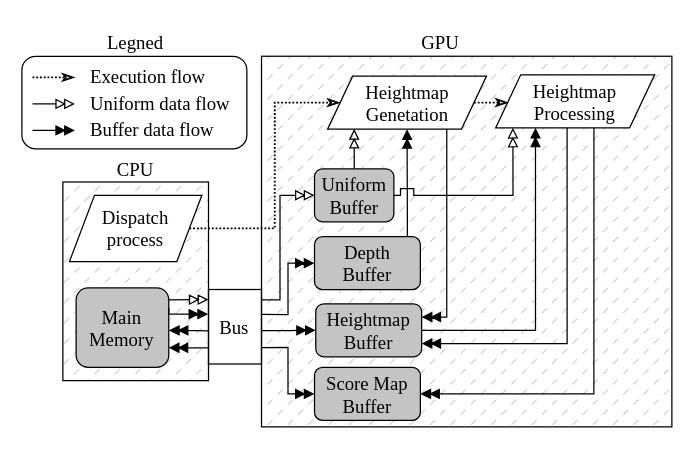
Before: page "ComputePipeline" (11 of 11) of figs/Diagrams.drawio in EpEpDragon/MThesis, a draw.io diagram. Source tidied: cells renumbered, new cells numbered last; positions are measured from the earlier drawing's top-left corner, leaving out a move shared by most shapes. Both pictures are drawn from the tidied source at 125%, with x=0, y=0 at pixel (21, 21).
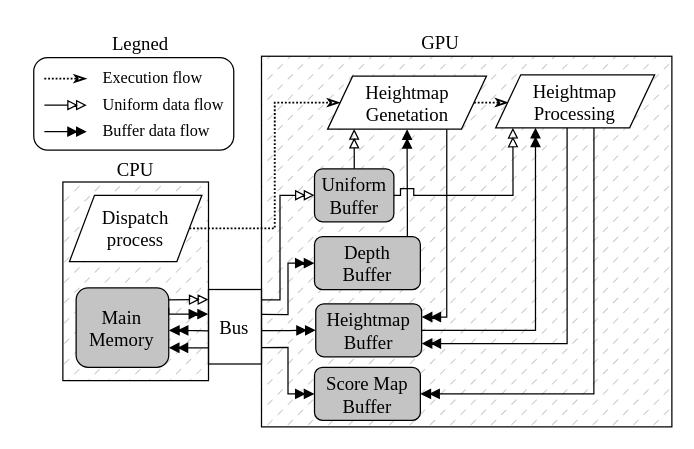
The same diagram, later.

Unchanged cells that the change refers to:
```xml
<mxCell id="2" style="group;" parent="1" vertex="1">
  <mxGeometry y="1" width="520" height="323" as="geometry" />
</mxCell>
```

The edit, as a diff of the source:
```diff
@@
     <mxCell id="32" style="rounded=1;whiteSpace=wrap;html=1;strokeColor=default;align=center;verticalAlign=middle;fontFamily=Times New Roman;fontSize=15;fontColor=default;fillColor=none;gradientColor=none;" parent="2" vertex="1">
-      <mxGeometry y="26.5" width="180" height="74.1" as="geometry" />
+      <mxGeometry x="9.5" y="27.5" width="160" height="74.1" as="geometry" />
     </mxCell>
     <mxCell id="33" style="endArrow=doubleBlock;html=1;rounded=0;fontFamily=Times New Roman;fontSize=15;fontColor=default;strokeColor=default;align=center;verticalAlign=middle;labelBackgroundColor=default;endFill=0;" parent="2" edge="1">
       <mxGeometry relative="1" as="geometry">
-        <mxPoint x="8.5" y="64.6" as="sourcePoint" />
-        <mxPoint x="42.4" y="64.6" as="targetPoint" />
+        <mxPoint x="18" y="65.6" as="sourcePoint" />
+        <mxPoint x="51.9" y="65.6" as="targetPoint" />
       </mxGeometry>
     </mxCell>
     <mxCell id="34" style="endArrow=classicThin;html=1;rounded=0;fontFamily=Times New Roman;fontSize=15;fontColor=default;dashed=1;dashPattern=1 1;strokeColor=default;align=center;verticalAlign=middle;labelBackgroundColor=default;endFill=0;strokeWidth=1.5;" parent="2" edge="1">
       <mxGeometry relative="1" as="geometry">
-        <mxPoint x="8.5" y="43.4" as="sourcePoint" />
-        <mxPoint x="42.4" y="43.4" as="targetPoint" />
+        <mxPoint x="18" y="44.4" as="sourcePoint" />
+        <mxPoint x="51.9" y="44.4" as="targetPoint" />
       </mxGeometry>
     </mxCell>
     <mxCell id="35" style="endArrow=doubleBlock;html=1;rounded=0;fontFamily=Times New Roman;fontSize=15;fontColor=default;strokeColor=default;align=center;verticalAlign=middle;labelBackgroundColor=default;endFill=1;" parent="2" edge="1">
       <mxGeometry relative="1" as="geometry">
-        <mxPoint x="8.5" y="85.8" as="sourcePoint" />
-        <mxPoint x="42.4" y="85.8" as="targetPoint" />
+        <mxPoint x="18" y="86.8" as="sourcePoint" />
+        <mxPoint x="51.9" y="86.8" as="targetPoint" />
       </mxGeometry>
     </mxCell>
-    <mxCell id="36" value="Execution flow" style="text;html=1;align=left;verticalAlign=middle;whiteSpace=wrap;rounded=0;fontFamily=Times New Roman;fontSize=15;fontColor=default;" parent="2" vertex="1">
-      <mxGeometry x="53" y="26.5" width="116.5" height="31.8" as="geometry" />
+    <mxCell id="36" value="Execution flow" style="text;html=1;align=left;verticalAlign=middle;whiteSpace=wrap;rounded=0;fontFamily=Times New Roman;fontSize=13;fontColor=default;" parent="2" vertex="1">
+      <mxGeometry x="62.5" y="27.5" width="116.5" height="31.8" as="geometry" />
     </mxCell>
-    <mxCell id="37" value="Uniform data flow" style="text;html=1;align=left;verticalAlign=middle;whiteSpace=wrap;rounded=0;fontFamily=Times New Roman;fontSize=15;fontColor=default;" parent="2" vertex="1">
-      <mxGeometry x="53" y="47.7" width="129.2" height="31.8" as="geometry" />
+    <mxCell id="37" value="Uniform data flow" style="text;html=1;align=left;verticalAlign=middle;whiteSpace=wrap;rounded=0;fontFamily=Times New Roman;fontSize=13;fontColor=default;" parent="2" vertex="1">
+      <mxGeometry x="62.5" y="48.7" width="129.2" height="31.8" as="geometry" />
     </mxCell>
-    <mxCell id="38" value="Buffer data flow" style="text;html=1;align=left;verticalAlign=middle;whiteSpace=wrap;rounded=0;fontFamily=Times New Roman;fontSize=15;fontColor=default;" parent="2" vertex="1">
-      <mxGeometry x="53" y="68.8" width="129.2" height="31.8" as="geometry" />
+    <mxCell id="38" value="Buffer data flow" style="text;html=1;align=left;verticalAlign=middle;whiteSpace=wrap;rounded=0;fontFamily=Times New Roman;fontSize=13;fontColor=default;" parent="2" vertex="1">
+      <mxGeometry x="62.5" y="69.8" width="129.2" height="31.8" as="geometry" />
     </mxCell>
     <mxCell id="39" value="Legned" style="text;html=1;align=center;verticalAlign=middle;whiteSpace=wrap;rounded=0;fontFamily=Times New Roman;fontSize=15;fontColor=default;" parent="2" vertex="1">
-      <mxGeometry x="59.3" y="-1" width="63.5" height="31.8" as="geometry" />
+      <mxGeometry x="62.5" width="63.5" height="31.8" as="geometry" />
     </mxCell>
```
